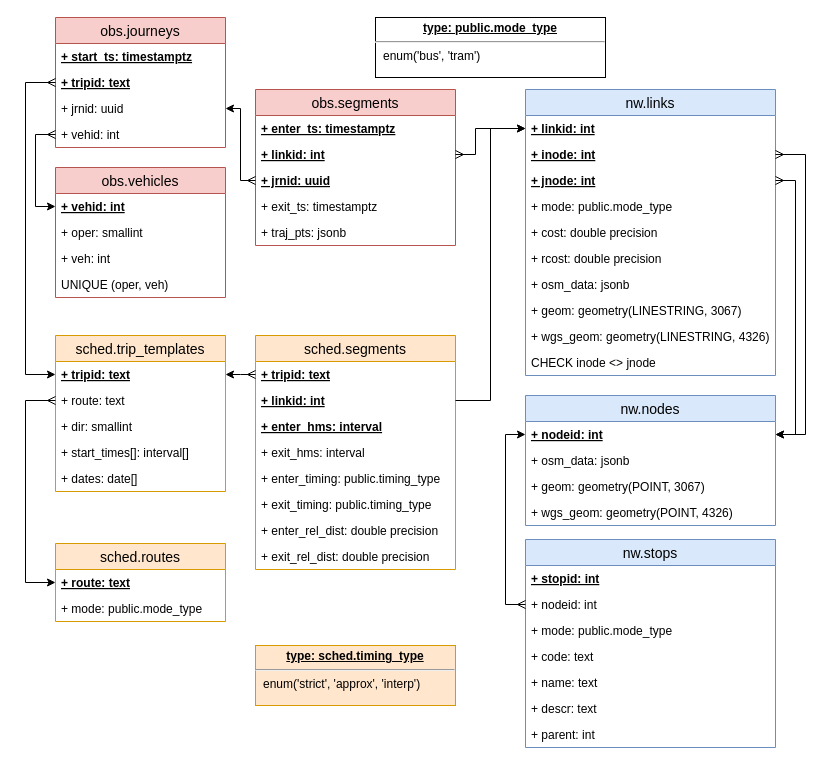
This is page "production" (1 of 4) of docs/sujuikoDB.drawio from datarttu/sujuikoDB, a draw.io file, before an edit. Source tidied: cells renumbered, new cells numbered last; positions are measured from the earlier drawing's top-left corner, leaving out a move shared by most shapes. Both pictures are drawn from the tidied source at 100%, with x=0, y=0 at pixel (25, 17).
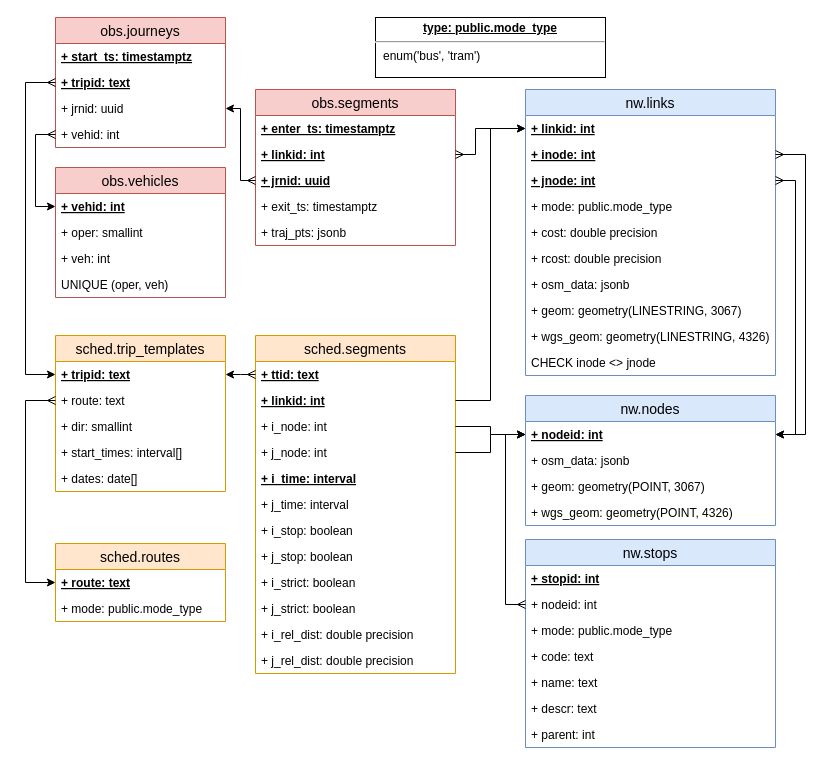
After the change.

The change refers to these unchanged cells:
```xml
<mxCell id="21" value="+ nodeid: int" style="text;strokeColor=none;fillColor=none;spacingLeft=4;spacingRight=4;overflow=hidden;points=[[0,0.5],[1,0.5]];portConstraint=eastwest;fontSize=12;fontStyle=5;" parent="20" vertex="1">
  <mxGeometry y="26" width="250" height="26" as="geometry" />
</mxCell>
<mxCell id="33" value="sched.trip_templates" style="swimlane;fontStyle=0;horizontal=1;startSize=26;fillColor=#ffe6cc;swimlaneFillColor=#ffffff;align=center;fontSize=14;strokeColor=#d79b00;" parent="1" vertex="1">
  <mxGeometry x="30" y="318" width="170" height="156" as="geometry" />
</mxCell>
```

What changed in the source:
```diff
@@
-    <mxCell id="37" value="+ start_times[]: interval[]" style="text;strokeColor=none;fillColor=none;spacingLeft=4;spacingRight=4;overflow=hidden;fontSize=12;" parent="33" vertex="1">
+    <mxCell id="37" value="+ start_times: interval[]" style="text;strokeColor=none;fillColor=none;spacingLeft=4;spacingRight=4;overflow=hidden;fontSize=12;" parent="33" vertex="1">
       <mxGeometry y="104" width="170" height="26" as="geometry" />
     </mxCell>
@@
     <mxCell id="39" value="sched.segments" style="swimlane;fontStyle=0;horizontal=1;startSize=26;fillColor=#ffe6cc;swimlaneFillColor=#ffffff;align=center;fontSize=14;strokeColor=#d79b00;" parent="1" vertex="1">
-      <mxGeometry x="230" y="318" width="200" height="234" as="geometry" />
+      <mxGeometry x="230" y="318" width="200" height="338" as="geometry" />
     </mxCell>
-    <mxCell id="40" value="+ tripid: text" style="text;strokeColor=none;fillColor=none;spacingLeft=4;spacingRight=4;overflow=hidden;points=[[0,0.5],[1,0.5]];portConstraint=eastwest;fontSize=12;fontStyle=5;" parent="39" vertex="1">
+    <mxCell id="40" value="+ ttid: text" style="text;strokeColor=none;fillColor=none;spacingLeft=4;spacingRight=4;overflow=hidden;points=[[0,0.5],[1,0.5]];portConstraint=eastwest;fontSize=12;fontStyle=5;" parent="39" vertex="1">
       <mxGeometry y="26" width="200" height="26" as="geometry" />
     </mxCell>
@@
+    <mxCell id="72" value="+ i_node: int" style="text;strokeColor=none;fillColor=none;spacingLeft=4;spacingRight=4;overflow=hidden;points=[[0,0.5],[1,0.5]];portConstraint=eastwest;fontSize=12;" parent="39" vertex="1">
+      <mxGeometry y="78" width="200" height="26" as="geometry" />
+    </mxCell>
+    <mxCell id="73" value="+ j_node: int" style="text;strokeColor=none;fillColor=none;spacingLeft=4;spacingRight=4;overflow=hidden;points=[[0,0.5],[1,0.5]];portConstraint=eastwest;fontSize=12;" parent="39" vertex="1">
+      <mxGeometry y="104" width="200" height="26" as="geometry" />
+    </mxCell>
-    <mxCell id="42" value="+ enter_hms: interval" style="text;strokeColor=none;fillColor=none;spacingLeft=4;spacingRight=4;overflow=hidden;fontSize=12;fontStyle=5;" parent="39" vertex="1">
-      <mxGeometry y="78" width="200" height="26" as="geometry" />
+    <mxCell id="42" value="+ i_time: interval" style="text;strokeColor=none;fillColor=none;spacingLeft=4;spacingRight=4;overflow=hidden;fontSize=12;fontStyle=5;" parent="39" vertex="1">
+      <mxGeometry y="130" width="200" height="26" as="geometry" />
     </mxCell>
-    <mxCell id="43" value="+ exit_hms: interval" style="text;strokeColor=none;fillColor=none;spacingLeft=4;spacingRight=4;overflow=hidden;fontSize=12;" parent="39" vertex="1">
-      <mxGeometry y="104" width="200" height="26" as="geometry" />
+    <mxCell id="43" value="+ j_time: interval" style="text;strokeColor=none;fillColor=none;spacingLeft=4;spacingRight=4;overflow=hidden;fontSize=12;" parent="39" vertex="1">
+      <mxGeometry y="156" width="200" height="26" as="geometry" />
     </mxCell>
-    <mxCell id="44" value="+ enter_timing: public.timing_type" style="text;strokeColor=none;fillColor=none;spacingLeft=4;spacingRight=4;overflow=hidden;fontSize=12;" parent="39" vertex="1">
-      <mxGeometry y="130" width="200" height="26" as="geometry" />
+    <mxCell id="44" value="+ i_stop: boolean" style="text;strokeColor=none;fillColor=none;spacingLeft=4;spacingRight=4;overflow=hidden;fontSize=12;" parent="39" vertex="1">
+      <mxGeometry y="182" width="200" height="26" as="geometry" />
     </mxCell>
-    <mxCell id="45" value="+ exit_timing: public.timing_type" style="text;strokeColor=none;fillColor=none;spacingLeft=4;spacingRight=4;overflow=hidden;fontSize=12;" parent="39" vertex="1">
-      <mxGeometry y="156" width="200" height="26" as="geometry" />
+    <mxCell id="45" value="+ j_stop: boolean" style="text;strokeColor=none;fillColor=none;spacingLeft=4;spacingRight=4;overflow=hidden;fontSize=12;" parent="39" vertex="1">
+      <mxGeometry y="208" width="200" height="26" as="geometry" />
     </mxCell>
+    <mxCell id="74" value="+ i_strict: boolean" style="text;strokeColor=none;fillColor=none;spacingLeft=4;spacingRight=4;overflow=hidden;fontSize=12;" parent="39" vertex="1">
+      <mxGeometry y="234" width="200" height="26" as="geometry" />
+    </mxCell>
+    <mxCell id="75" value="+ j_strict: boolean" style="text;strokeColor=none;fillColor=none;spacingLeft=4;spacingRight=4;overflow=hidden;fontSize=12;" parent="39" vertex="1">
+      <mxGeometry y="260" width="200" height="26" as="geometry" />
+    </mxCell>
-    <mxCell id="46" value="+ enter_rel_dist: double precision" style="text;strokeColor=none;fillColor=none;spacingLeft=4;spacingRight=4;overflow=hidden;fontSize=12;" parent="39" vertex="1">
-      <mxGeometry y="182" width="200" height="26" as="geometry" />
+    <mxCell id="46" value="+ i_rel_dist: double precision" style="text;strokeColor=none;fillColor=none;spacingLeft=4;spacingRight=4;overflow=hidden;fontSize=12;" parent="39" vertex="1">
+      <mxGeometry y="286" width="200" height="26" as="geometry" />
     </mxCell>
-    <mxCell id="47" value="+ exit_rel_dist: double precision" style="text;strokeColor=none;fillColor=none;spacingLeft=4;spacingRight=4;overflow=hidden;fontSize=12;" parent="39" vertex="1">
-      <mxGeometry y="208" width="200" height="26" as="geometry" />
+    <mxCell id="47" value="+ j_rel_dist: double precision" style="text;strokeColor=none;fillColor=none;spacingLeft=4;spacingRight=4;overflow=hidden;fontSize=12;" parent="39" vertex="1">
+      <mxGeometry y="312" width="200" height="26" as="geometry" />
     </mxCell>
@@
-    <mxCell id="61" value="&lt;p style=&quot;margin: 0px ; margin-top: 4px ; text-align: center ; text-decoration: underline&quot;&gt;&lt;b&gt;type: sched.timing_type&lt;/b&gt;&lt;/p&gt;&lt;hr&gt;&lt;p style=&quot;margin: 0px ; margin-left: 8px&quot;&gt;enum('strict', 'approx', 'interp')&lt;/p&gt;" style="verticalAlign=top;align=left;overflow=fill;fontSize=12;fontFamily=Helvetica;html=1;fillColor=#ffe6cc;strokeColor=#d79b00;" parent="1" vertex="1">
-      <mxGeometry x="230" y="628" width="200" height="60" as="geometry" />
-    </mxCell>
@@
+    <mxCell id="76" style="edgeStyle=orthogonalEdgeStyle;rounded=0;jettySize=auto;html=1;exitX=1;exitY=0.5;exitDx=0;exitDy=0;entryX=0;entryY=0.5;entryDx=0;entryDy=0;" parent="1" edge="1" source="72" target="21">
+      <mxGeometry relative="1" as="geometry" />
+    </mxCell>
+    <mxCell id="77" style="edgeStyle=orthogonalEdgeStyle;rounded=0;jettySize=auto;html=1;exitX=1;exitY=0.5;exitDx=0;exitDy=0;" parent="1" edge="1" source="73" target="21">
+      <mxGeometry relative="1" as="geometry" />
+    </mxCell>
```
